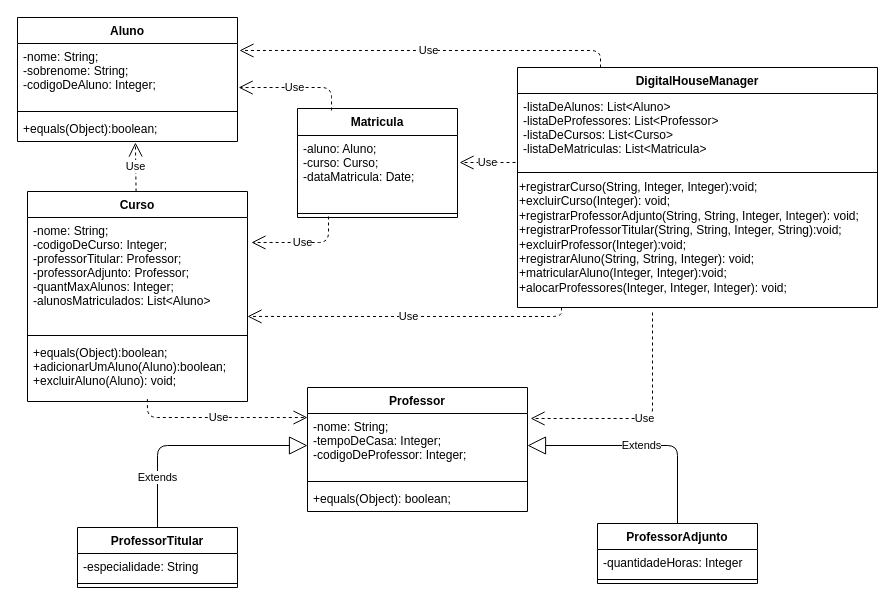
Earlier version of the draw.io diagram Exercicio Entregavel.drawio (JorgeHSOsiro/Exercicio-Entregavel). Source tidied: cells renumbered, new cells numbered last; positions are measured from the earlier drawing's top-left corner, leaving out a move shared by most shapes. Both pictures are drawn from the tidied source at 100%, with x=0, y=0 at pixel (17, 17).
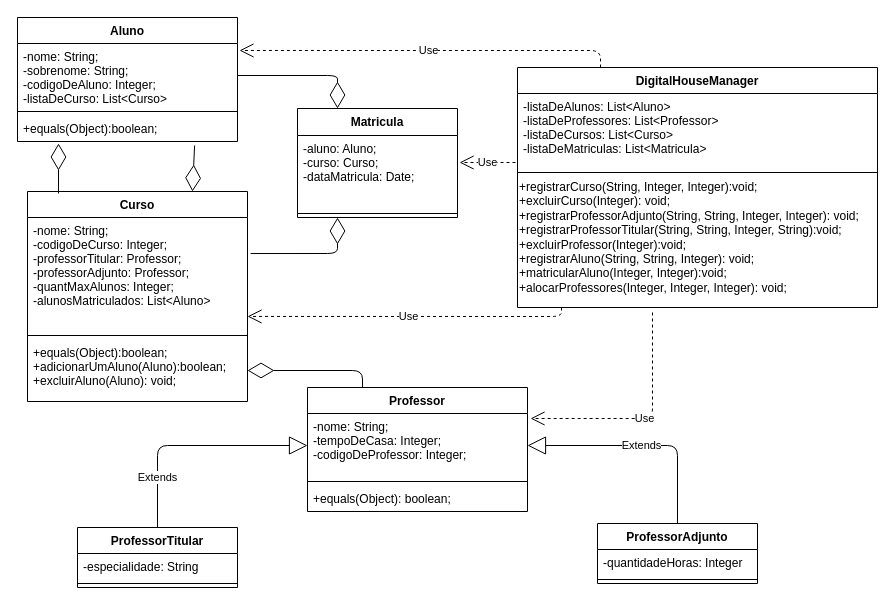
After the change.

Unchanged cells that the change refers to:
```xml
<mxCell id="2" value="Aluno" style="swimlane;fontStyle=1;align=center;verticalAlign=top;horizontal=1;startSize=26;" parent="1" vertex="1">
  <mxGeometry width="220" height="124" as="geometry" />
</mxCell>
<mxCell id="5" value="+equals(Object):boolean;" style="text;strokeColor=none;fillColor=none;align=left;verticalAlign=top;spacingLeft=4;spacingRight=4;overflow=hidden;points=[[0,0.5],[1,0.5]];portConstraint=eastwest;" parent="2" vertex="1">
  <mxGeometry y="98" width="220" height="26" as="geometry" />
</mxCell>
<mxCell id="6" value="Curso" style="swimlane;fontStyle=1;align=center;verticalAlign=top;horizontal=1;startSize=26;" parent="1" vertex="1">
  <mxGeometry x="10" y="174" width="220" height="210" as="geometry" />
</mxCell>
<mxCell id="7" value="-nome: String;&#10;-codigoDeCurso: Integer;&#10;-professorTitular: Professor;&#10;-professorAdjunto: Professor;&#10;-quantMaxAlunos: Integer;&#10;-alunosMatriculados: List&lt;Aluno&gt;&#10;" style="text;strokeColor=none;fillColor=none;align=left;verticalAlign=top;spacingLeft=4;spacingRight=4;overflow=hidden;points=[[0,0.5],[1,0.5]];portConstraint=eastwest;" parent="6" vertex="1">
  <mxGeometry y="26" width="220" height="114" as="geometry" />
</mxCell>
<mxCell id="9" value="+equals(Object):boolean;&#10;+adicionarUmAluno(Aluno):boolean;&#10;+excluirAluno(Aluno): void;" style="text;strokeColor=none;fillColor=none;align=left;verticalAlign=top;spacingLeft=4;spacingRight=4;overflow=hidden;points=[[0,0.5],[1,0.5]];portConstraint=eastwest;" parent="6" vertex="1">
  <mxGeometry y="148" width="220" height="62" as="geometry" />
</mxCell>
<mxCell id="10" value="Professor" style="swimlane;fontStyle=1;align=center;verticalAlign=top;horizontal=1;startSize=26;" parent="1" vertex="1">
  <mxGeometry x="290" y="370" width="220" height="124" as="geometry" />
</mxCell>
<mxCell id="11" value="-nome: String;&#10;-tempoDeCasa: Integer;&#10;-codigoDeProfessor: Integer;&#10;&#10;" style="text;strokeColor=none;fillColor=none;align=left;verticalAlign=top;spacingLeft=4;spacingRight=4;overflow=hidden;points=[[0,0.5],[1,0.5]];portConstraint=eastwest;" parent="10" vertex="1">
  <mxGeometry y="26" width="220" height="64" as="geometry" />
</mxCell>
<mxCell id="20" value="Matricula" style="swimlane;fontStyle=1;align=center;verticalAlign=top;horizontal=1;startSize=27;" parent="1" vertex="1">
  <mxGeometry x="280" y="91" width="160" height="109" as="geometry" />
</mxCell>
<mxCell id="22" style="line;strokeWidth=1;fillColor=none;align=left;verticalAlign=middle;spacingTop=-1;spacingLeft=3;spacingRight=3;labelPosition=right;points=[];portConstraint=eastwest;" parent="20" vertex="1">
  <mxGeometry y="101" width="160" height="8" as="geometry" />
</mxCell>
```

Change to the diagram source:
```diff
@@
-    <mxCell id="3" value="-nome: String;&#10;-sobrenome: String;&#10;-codigoDeAluno: Integer;" style="text;strokeColor=none;fillColor=none;align=left;verticalAlign=top;spacingLeft=4;spacingRight=4;overflow=hidden;points=[[0,0.5],[1,0.5]];portConstraint=eastwest;" parent="2" vertex="1">
+    <mxCell id="3" value="-nome: String;&#10;-sobrenome: String;&#10;-codigoDeAluno: Integer;&#10;-listaDeCurso: List&lt;Curso&gt;&#10;" style="text;strokeColor=none;fillColor=none;align=left;verticalAlign=top;spacingLeft=4;spacingRight=4;overflow=hidden;points=[[0,0.5],[1,0.5]];portConstraint=eastwest;" parent="2" vertex="1">
       <mxGeometry y="26" width="220" height="64" as="geometry" />
     </mxCell>
@@
-    <mxCell id="23" value="Use" style="endArrow=open;endSize=12;dashed=1;html=1;entryX=0.536;entryY=1.038;entryDx=0;entryDy=0;entryPerimeter=0;" parent="1" edge="1" source="6" target="5">
-      <mxGeometry relative="1" as="geometry" />
-    </mxCell>
-    <mxCell id="24" value="Use" style="endArrow=open;endSize=12;dashed=1;html=1;entryX=0;entryY=0.063;entryDx=0;entryDy=0;exitX=0.545;exitY=0.962;exitDx=0;exitDy=0;exitPerimeter=0;entryPerimeter=0;" parent="1" edge="1" source="9" target="11">
-      <mxGeometry relative="1" as="geometry">
-        <Array as="points">
-          <mxPoint x="130" y="400" />
-        </Array>
-      </mxGeometry>
-    </mxCell>
-    <mxCell id="25" value="Use" style="endArrow=open;endSize=12;dashed=1;html=1;entryX=1.018;entryY=0.219;entryDx=0;entryDy=0;entryPerimeter=0;exitX=0.194;exitY=0.875;exitDx=0;exitDy=0;exitPerimeter=0;" parent="1" edge="1" source="22" target="7">
-      <mxGeometry relative="1" as="geometry">
-        <Array as="points">
-          <mxPoint x="311" y="225" />
-        </Array>
-      </mxGeometry>
-    </mxCell>
-    <mxCell id="26" value="Use" style="endArrow=open;endSize=12;dashed=1;html=1;exitX=0.213;exitY=0.018;exitDx=0;exitDy=0;exitPerimeter=0;entryX=1.005;entryY=0.688;entryDx=0;entryDy=0;entryPerimeter=0;" parent="1" edge="1" source="20" target="3">
-      <mxGeometry x="0.04" relative="1" as="geometry">
-        <Array as="points">
-          <mxPoint x="314" y="70" />
-        </Array>
-      </mxGeometry>
-    </mxCell>
@@
+    <mxCell id="37" style="endArrow=diamondThin;endFill=0;endSize=24;html=1;entryX=1;entryY=0.5;entryDx=0;entryDy=0;exitX=0.25;exitY=0;exitDx=0;exitDy=0;" parent="1" edge="1" source="10" target="9">
+      <mxGeometry relative="1" as="geometry">
+        <Array as="points">
+          <mxPoint x="345" y="353" />
+        </Array>
+      </mxGeometry>
+    </mxCell>
+    <mxCell id="38" style="endArrow=diamondThin;endFill=0;endSize=24;html=1;entryX=0.25;entryY=1;entryDx=0;entryDy=0;exitX=1.014;exitY=0.316;exitDx=0;exitDy=0;exitPerimeter=0;" parent="1" edge="1" source="7" target="20">
+      <mxGeometry relative="1" as="geometry">
+        <Array as="points">
+          <mxPoint x="320" y="236" />
+        </Array>
+      </mxGeometry>
+    </mxCell>
+    <mxCell id="39" style="endArrow=diamondThin;endFill=0;endSize=24;html=1;entryX=0.75;entryY=0;entryDx=0;entryDy=0;exitX=0.805;exitY=1.154;exitDx=0;exitDy=0;exitPerimeter=0;" parent="1" edge="1" source="5" target="6">
+      <mxGeometry relative="1" as="geometry" />
+    </mxCell>
+    <mxCell id="40" style="endArrow=diamondThin;endFill=0;endSize=24;html=1;entryX=0.25;entryY=0;entryDx=0;entryDy=0;exitX=1;exitY=0.5;exitDx=0;exitDy=0;" parent="1" edge="1" source="3" target="20">
+      <mxGeometry relative="1" as="geometry">
+        <Array as="points">
+          <mxPoint x="320" y="58" />
+        </Array>
+      </mxGeometry>
+    </mxCell>
+    <mxCell id="41" style="endArrow=diamondThin;endFill=0;endSize=24;html=1;" parent="1" edge="1">
+      <mxGeometry relative="1" as="geometry">
+        <mxPoint x="41" y="176" as="sourcePoint" />
+        <mxPoint x="41" y="126" as="targetPoint" />
+      </mxGeometry>
+    </mxCell>
```
